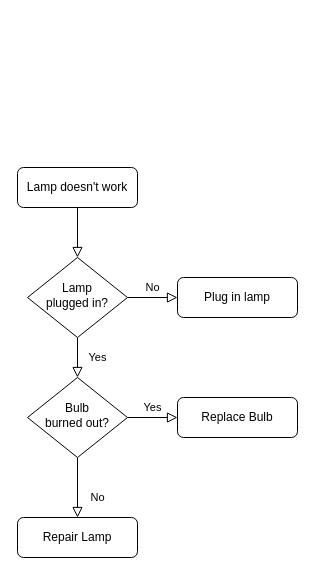
Before: Homework1/Схема взаимодействия сервисов.drawio in flash1250/Otus, a draw.io diagram. Source tidied: cells renumbered, new cells numbered last; positions are measured from the earlier drawing's top-left corner, leaving out a move shared by most shapes. Both pictures are drawn from the tidied source at 100%, with x=0, y=0 at pixel (17, 167).
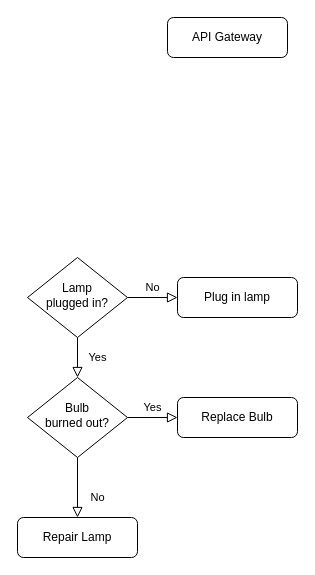
The same diagram, later.

The edit, as a diff of the source:
```diff
@@
 <mxGraphModel>
   <root>
     <mxCell id="0" />
     <mxCell id="1" parent="0" />
-    <mxCell id="2" style="rounded=0;html=1;jettySize=auto;fontSize=11;endArrow=block;endFill=0;endSize=8;strokeWidth=1;shadow=0;labelBackgroundColor=none;edgeStyle=orthogonalEdgeStyle;" parent="1" edge="1" source="3" target="6">
-      <mxGeometry relative="1" as="geometry" />
-    </mxCell>
-    <mxCell id="3" value="Lamp doesn't work" style="rounded=1;whiteSpace=wrap;html=1;fontSize=12;glass=0;strokeWidth=1;shadow=0;" parent="1" vertex="1">
-      <mxGeometry width="120" height="40" as="geometry" />
+    <mxCell id="3" value="API Gateway" style="rounded=1;whiteSpace=wrap;html=1;fontSize=12;glass=0;strokeWidth=1;shadow=0;" parent="1" vertex="1">
+      <mxGeometry x="150" y="-150" width="120" height="40" as="geometry" />
     </mxCell>
     <mxCell id="4" value="Yes" style="rounded=0;html=1;jettySize=auto;fontSize=11;endArrow=block;endFill=0;endSize=8;strokeWidth=1;shadow=0;labelBackgroundColor=none;edgeStyle=orthogonalEdgeStyle;" parent="1" edge="1" source="6" target="10">
       <mxGeometry y="20" relative="1" as="geometry" />
     </mxCell>
     <mxCell id="5" value="No" style="edgeStyle=orthogonalEdgeStyle;rounded=0;html=1;jettySize=auto;fontSize=11;endArrow=block;endFill=0;endSize=8;strokeWidth=1;shadow=0;labelBackgroundColor=none;" parent="1" edge="1" source="6" target="7">
       <mxGeometry y="10" relative="1" as="geometry" />
     </mxCell>
     <mxCell id="6" value="Lamp&lt;br&gt;plugged in?" style="rhombus;whiteSpace=wrap;html=1;shadow=0;fontFamily=Helvetica;fontSize=12;align=center;strokeWidth=1;spacing=6;spacingTop=-4;" parent="1" vertex="1">
       <mxGeometry x="10" y="90" width="100" height="80" as="geometry" />
     </mxCell>
     <mxCell id="7" value="Plug in lamp" style="rounded=1;whiteSpace=wrap;html=1;fontSize=12;glass=0;strokeWidth=1;shadow=0;" parent="1" vertex="1">
       <mxGeometry x="160" y="110" width="120" height="40" as="geometry" />
     </mxCell>
     <mxCell id="8" value="No" style="rounded=0;html=1;jettySize=auto;fontSize=11;endArrow=block;endFill=0;endSize=8;strokeWidth=1;shadow=0;labelBackgroundColor=none;edgeStyle=orthogonalEdgeStyle;" parent="1" edge="1" source="10" target="11">
       <mxGeometry x="0.33" y="20" relative="1" as="geometry" />
     </mxCell>
     <mxCell id="9" value="Yes" style="edgeStyle=orthogonalEdgeStyle;rounded=0;html=1;jettySize=auto;fontSize=11;endArrow=block;endFill=0;endSize=8;strokeWidth=1;shadow=0;labelBackgroundColor=none;" parent="1" edge="1" source="10" target="12">
       <mxGeometry y="10" relative="1" as="geometry" />
     </mxCell>
     <mxCell id="10" value="Bulb&lt;br&gt;burned out?" style="rhombus;whiteSpace=wrap;html=1;shadow=0;fontFamily=Helvetica;fontSize=12;align=center;strokeWidth=1;spacing=6;spacingTop=-4;" parent="1" vertex="1">
       <mxGeometry x="10" y="210" width="100" height="80" as="geometry" />
     </mxCell>
     <mxCell id="11" value="Repair Lamp" style="rounded=1;whiteSpace=wrap;html=1;fontSize=12;glass=0;strokeWidth=1;shadow=0;" parent="1" vertex="1">
       <mxGeometry y="350" width="120" height="40" as="geometry" />
     </mxCell>
     <mxCell id="12" value="Replace Bulb" style="rounded=1;whiteSpace=wrap;html=1;fontSize=12;glass=0;strokeWidth=1;shadow=0;" parent="1" vertex="1">
       <mxGeometry x="160" y="230" width="120" height="40" as="geometry" />
     </mxCell>
   </root>
 </mxGraphModel>
```
